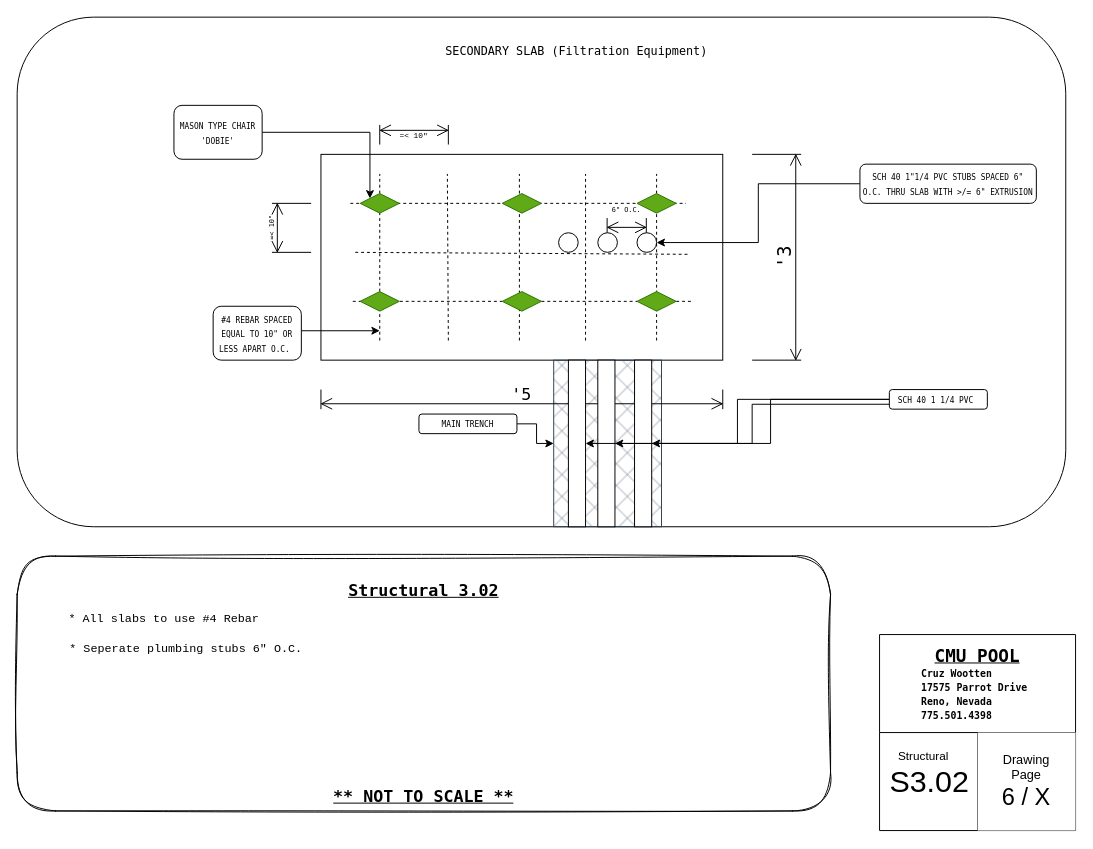
LilWikipedia/parrotpool keeps this draw.io diagram as S302.drawio. Above is the earlier version. Source tidied: cells renumbered, new cells numbered last; positions are measured from the earlier drawing's top-left corner, leaving out a move shared by most shapes. Both pictures are drawn from the tidied source at 98%, with x=0, y=0 at pixel (17, 17).
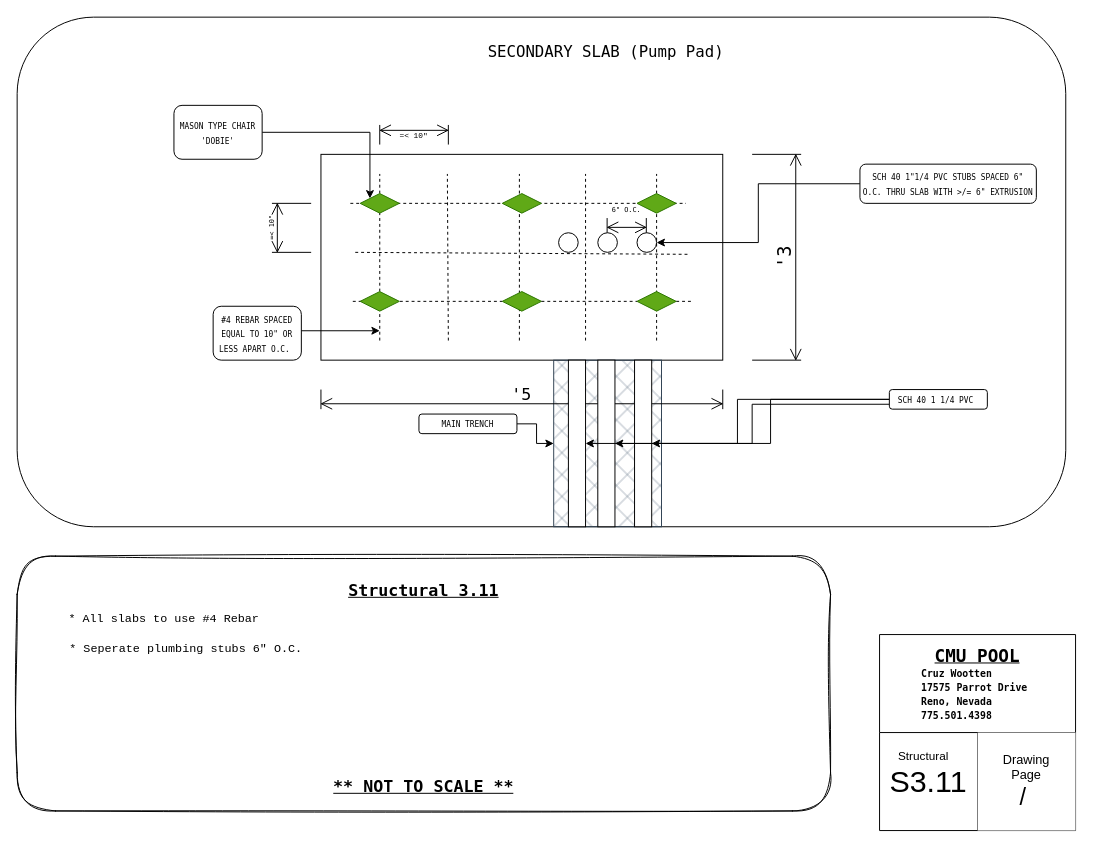
After the change.

Unchanged cells that the change refers to:
```xml
<mxCell id="6" value="&lt;u&gt;&lt;font face=&quot;Lucida Console&quot; style=&quot;font-size: 18px;&quot;&gt;CMU POOL&lt;/font&gt;&lt;/u&gt;&lt;div style=&quot;text-align: left;&quot;&gt;&lt;span style=&quot;font-size: 10px;&quot;&gt;&lt;font face=&quot;Lucida Console&quot;&gt;Cruz Wootten&lt;/font&gt;&lt;/span&gt;&lt;/div&gt;&lt;div style=&quot;text-align: left;&quot;&gt;&lt;font face=&quot;Lucida Console&quot;&gt;&lt;span style=&quot;font-size: 10px; background-color: transparent; color: light-dark(rgb(0, 0, 0), rgb(255, 255, 255));&quot;&gt;17575 Parrot Drive&amp;nbsp;&lt;/span&gt;&lt;br&gt;&lt;span style=&quot;font-size: 10px; background-color: transparent; color: light-dark(rgb(0, 0, 0), rgb(255, 255, 255));&quot;&gt;Reno, Nevada&lt;/span&gt;&lt;/font&gt;&lt;/div&gt;&lt;div style=&quot;text-align: left;&quot;&gt;&lt;span style=&quot;background-color: transparent; color: light-dark(rgb(0, 0, 0), rgb(255, 255, 255)); font-size: 10px;&quot;&gt;&lt;font face=&quot;Lucida Console&quot;&gt;775.501.4398&lt;/font&gt;&lt;/span&gt;&lt;/div&gt;" style="swimlane;whiteSpace=wrap;html=1;startSize=100;align=center;" parent="1" vertex="1">
  <mxGeometry x="880" y="630" width="200" height="200" as="geometry" />
</mxCell>
```

Diff of the diagram source:
```diff
@@
-    <mxCell id="4" value="&lt;div&gt;&lt;font face=&quot;Lucida Console&quot;&gt;Structural 3.02&lt;/font&gt;&lt;/div&gt;" style="text;html=1;align=center;verticalAlign=middle;whiteSpace=wrap;rounded=0;fontStyle=5;fontSize=17;" parent="1" vertex="1">
+    <mxCell id="4" value="&lt;div&gt;&lt;font face=&quot;Lucida Console&quot;&gt;Structural 3.11&lt;/font&gt;&lt;/div&gt;" style="text;html=1;align=center;verticalAlign=middle;whiteSpace=wrap;rounded=0;fontStyle=5;fontSize=17;" parent="1" vertex="1">
       <mxGeometry x="250" y="550" width="330" height="70" as="geometry" />
     </mxCell>
     <mxCell id="5" value="&lt;pre&gt;&lt;b style=&quot;&quot;&gt;&lt;u style=&quot;&quot;&gt;&lt;font face=&quot;Lucida Console&quot; style=&quot;font-size: 17px;&quot;&gt;** NOT TO SCALE **&lt;/font&gt;&lt;/u&gt;&lt;/b&gt;&lt;/pre&gt;" style="text;strokeColor=none;fillColor=none;align=center;verticalAlign=middle;spacingLeft=4;spacingRight=4;overflow=hidden;whiteSpace=wrap;html=1;" parent="1" vertex="1">
-      <mxGeometry x="275" y="770" width="280" height="40" as="geometry" />
+      <mxGeometry x="275" y="760" width="280" height="40" as="geometry" />
     </mxCell>
@@
-    <mxCell id="7" value="&lt;font style=&quot;font-size: 31px;&quot;&gt;&amp;nbsp;S3.02&lt;/font&gt;" style="text;html=1;align=left;verticalAlign=middle;whiteSpace=wrap;rounded=0;" parent="6" vertex="1">
+    <mxCell id="7" value="&lt;font style=&quot;font-size: 31px;&quot;&gt;&amp;nbsp;S3.11&lt;/font&gt;" style="text;html=1;align=left;verticalAlign=middle;whiteSpace=wrap;rounded=0;" parent="6" vertex="1">
       <mxGeometry y="100" width="200" height="100" as="geometry" />
     </mxCell>
@@
-    <mxCell id="10" value="&lt;div&gt;&lt;font style=&quot;font-size: 13px;&quot;&gt;Drawing&lt;/font&gt;&lt;/div&gt;&lt;div&gt;&lt;font style=&quot;font-size: 13px;&quot;&gt;Page&lt;/font&gt;&lt;/div&gt;&lt;div&gt;&lt;span style=&quot;font-size: 24px; background-color: transparent; color: light-dark(rgb(0, 0, 0), rgb(255, 255, 255));&quot;&gt;6 / X&lt;/span&gt;&lt;/div&gt;" style="text;html=1;align=center;verticalAlign=middle;whiteSpace=wrap;rounded=0;fillColor=default;" parent="1" vertex="1">
+    <mxCell id="10" value="&lt;div&gt;&lt;font style=&quot;font-size: 13px;&quot;&gt;Drawing&lt;/font&gt;&lt;/div&gt;&lt;div&gt;&lt;font style=&quot;font-size: 13px;&quot;&gt;Page&lt;/font&gt;&lt;/div&gt;&lt;div&gt;&lt;span style=&quot;font-size: 24px; background-color: transparent; color: light-dark(rgb(0, 0, 0), rgb(255, 255, 255));&quot;&gt;/&amp;nbsp;&lt;/span&gt;&lt;/div&gt;" style="text;html=1;align=center;verticalAlign=middle;whiteSpace=wrap;rounded=0;fillColor=default;" parent="1" vertex="1">
       <mxGeometry x="980" y="730" width="100" height="100" as="geometry" />
     </mxCell>
@@
-    <mxCell id="14" value="&lt;font face=&quot;Lucida Console&quot;&gt;SECONDARY SLAB (Filtration Equipment)&lt;/font&gt;" style="text;html=1;align=center;verticalAlign=middle;whiteSpace=wrap;rounded=0;" parent="1" vertex="1">
-      <mxGeometry x="406.2" y="20" width="330" height="30" as="geometry" />
+    <mxCell id="14" value="&lt;font style=&quot;font-size: 16px;&quot; face=&quot;Lucida Console&quot;&gt;SECONDARY SLAB (Pump Pad)&lt;/font&gt;" style="text;html=1;align=center;verticalAlign=middle;whiteSpace=wrap;rounded=0;" parent="1" vertex="1">
+      <mxGeometry x="379.4" y="20" width="443.8" height="30" as="geometry" />
     </mxCell>
```
